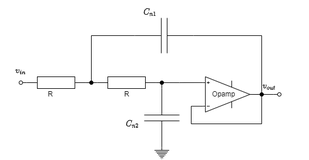
This is 01Designprosjekter/D6_Anti-alias-filter/LATEX/Images/02Concept/03SallenKey.png from PeterhdPham/ESDA2, a draw.io export, as it was before one commit. Source tidied: cells renumbered, new cells last; positions are measured from the earlier drawing's top-left corner, leaving out a move shared by most shapes.
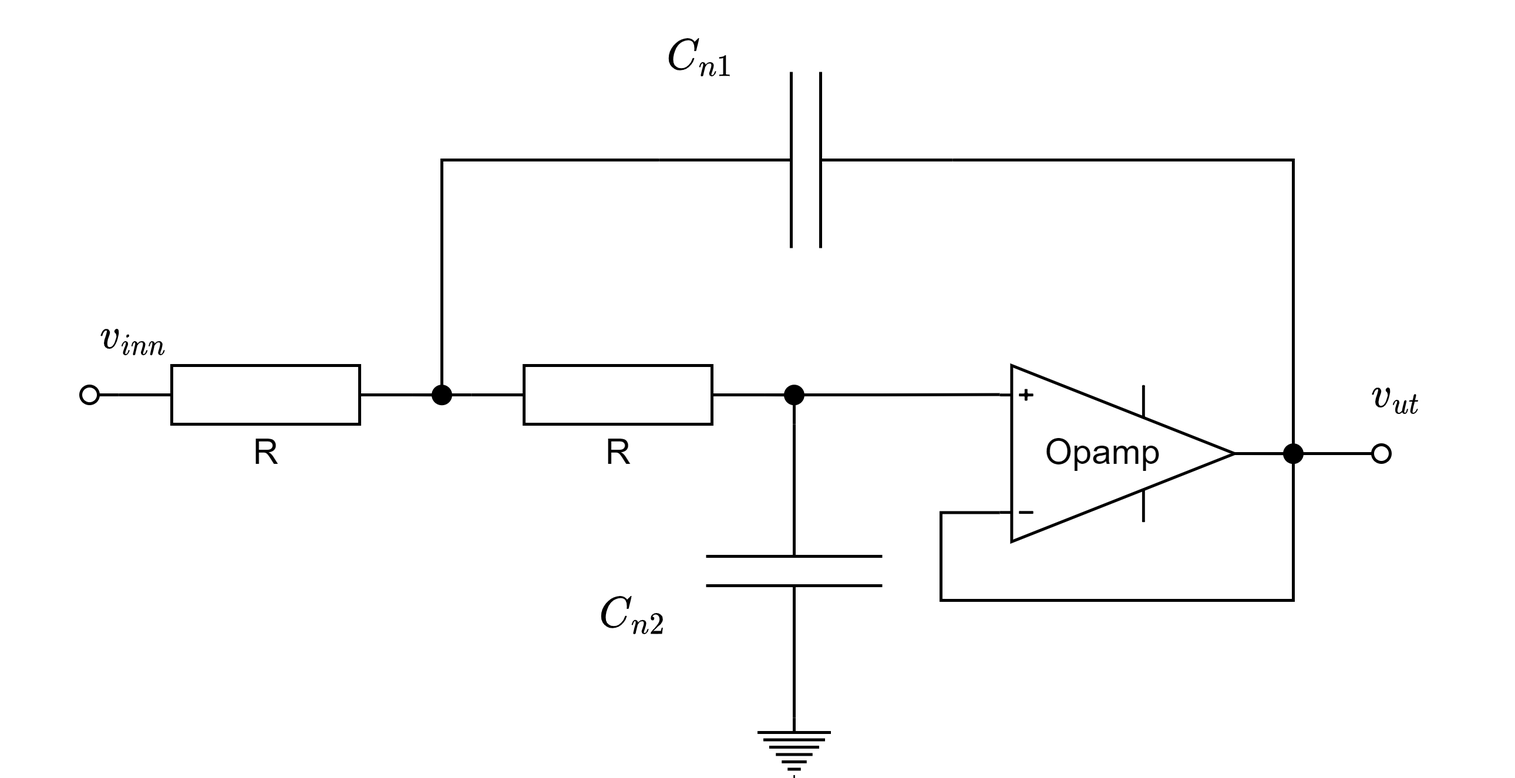
The same file after the commit.

What changed in the source:
```diff
@@ -89,23 +89,23 @@
     <mxCell id="20" value="Opamp" style="text;html=1;align=center;verticalAlign=middle;strokeColor=none;fillColor=none;" parent="1" vertex="1">
       <mxGeometry x="355" y="140" width="50" height="20" as="geometry" />
     </mxCell>
-    <mxCell id="21" value="$$v_{in}$$" style="text;html=1;align=center;verticalAlign=middle;strokeColor=none;fillColor=none;" parent="1" vertex="1">
-      <mxGeometry y="100" width="70" height="20" as="geometry" />
-    </mxCell>
-    <mxCell id="22" value="&lt;span style=&quot;color: rgb(0, 0, 0); font-family: Helvetica; font-size: 12px; font-style: normal; font-variant-ligatures: normal; font-variant-caps: normal; font-weight: 400; letter-spacing: normal; orphans: 2; text-align: center; text-indent: 0px; text-transform: none; widows: 2; word-spacing: 0px; -webkit-text-stroke-width: 0px; background-color: rgb(248, 249, 250); text-decoration-thickness: initial; text-decoration-style: initial; text-decoration-color: initial; float: none; display: inline !important;&quot;&gt;$$v_{out}$$&lt;/span&gt;" style="text;whiteSpace=wrap;html=1;" parent="1" vertex="1">
-      <mxGeometry x="445" y="110" width="80" height="30" as="geometry" />
-    </mxCell>
-    <mxCell id="23" value="R" style="text;html=1;align=center;verticalAlign=middle;strokeColor=none;fillColor=none;" parent="1" vertex="1">
-      <mxGeometry x="75" y="140" width="20" height="20" as="geometry" />
-    </mxCell>
-    <mxCell id="24" value="R" style="text;html=1;align=center;verticalAlign=middle;strokeColor=none;fillColor=none;" parent="1" vertex="1">
-      <mxGeometry x="205" y="140" width="20" height="20" as="geometry" />
-    </mxCell>
+    <mxCell id="27" value="$$v_{inn}$$" style="text;html=1;align=center;verticalAlign=middle;strokeColor=none;fillColor=none;" parent="1" vertex="1">
+      <mxGeometry x="5" y="95" width="90" height="30" as="geometry" />
+    </mxCell>
     <mxCell id="25" value="$$C_{n2}$$" style="text;html=1;align=center;verticalAlign=middle;strokeColor=none;fillColor=none;" parent="1" vertex="1">
-      <mxGeometry x="185" y="190" width="80" height="20" as="geometry" />
+      <mxGeometry x="175" y="190" width="90" height="30" as="geometry" />
     </mxCell>
+    <mxCell id="28" value="R" style="text;html=1;align=center;verticalAlign=middle;strokeColor=none;fillColor=none;" parent="1" vertex="1">
+      <mxGeometry x="80" y="135" width="30" height="30" as="geometry" />
+    </mxCell>
+    <mxCell id="29" value="R" style="text;html=1;align=center;verticalAlign=middle;strokeColor=none;fillColor=none;" parent="1" vertex="1">
+      <mxGeometry x="200" y="135" width="30" height="30" as="geometry" />
+    </mxCell>
+    <mxCell id="30" value="$$v_{ut}$$" style="text;html=1;align=center;verticalAlign=middle;strokeColor=none;fillColor=none;" parent="1" vertex="1">
+      <mxGeometry x="440" y="115" width="80" height="30" as="geometry" />
+    </mxCell>
     <mxCell id="26" value="$$C_{n1}$$" style="text;html=1;align=center;verticalAlign=middle;strokeColor=none;fillColor=none;" parent="1" vertex="1">
-      <mxGeometry x="215" width="80" height="20" as="geometry" />
+      <mxGeometry x="197.5" width="90" height="30" as="geometry" />
     </mxCell>
   </root>
 </mxGraphModel>
```
